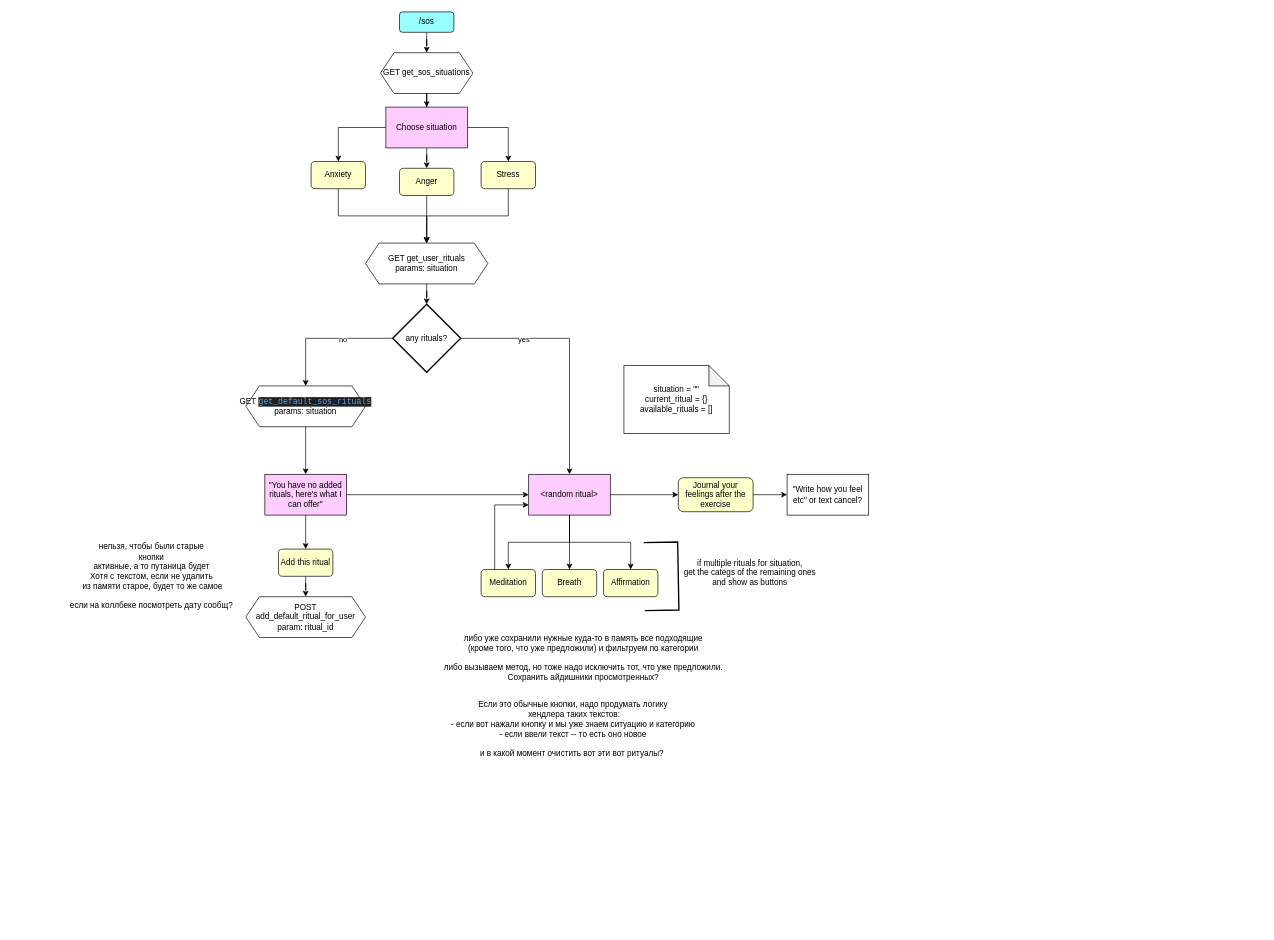
Above: telegram_client/scenario_graphs/sos_draft.drawio in point-de-vyu/mindfulness-assistant (draw.io), before the change. Source tidied: cells renumbered, new cells numbered last; positions are measured from the earlier drawing's top-left corner, leaving out a move shared by most shapes. Both pictures are drawn from the tidied source at 68%, with x=0, y=0 at pixel (63, 12).
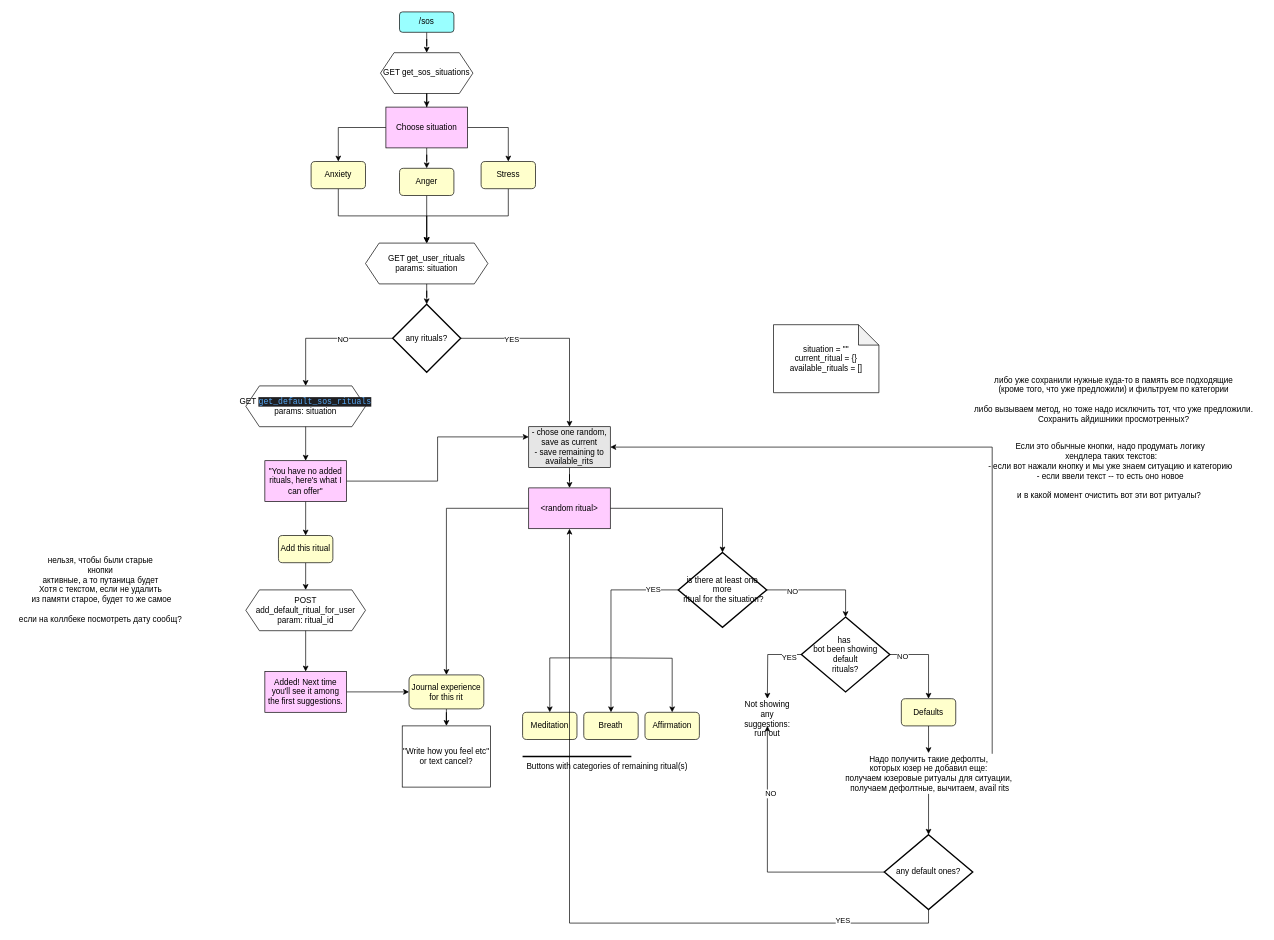
Above is the later version.

Commit message (it also covers changes not shown here):
[feat] keyboard buttons, categories part draft

Unchanged cells that the change refers to:
```xml
<mxCell id="18" style="edgeStyle=orthogonalEdgeStyle;rounded=0;jettySize=auto;html=1;" parent="1" edge="1" source="22" target="24">
  <mxGeometry relative="1" as="geometry" />
</mxCell>
<mxCell id="22" value="any rituals?" style="strokeWidth=2;html=1;shape=mxgraph.flowchart.decision;whiteSpace=wrap;fillColor=none;" parent="1" vertex="1">
  <mxGeometry x="485" y="430" width="100" height="100" as="geometry" />
</mxCell>
```

Diff of the diagram source:
```diff
@@
-    <mxCell id="19" value="no" style="edgeLabel;html=1;align=center;verticalAlign=middle;" parent="18" vertex="1">
+    <mxCell id="19" value="NO" style="edgeLabel;html=1;align=center;verticalAlign=middle;" parent="18" vertex="1">
       <mxGeometry x="-0.25" y="1" relative="1" as="geometry" />
     </mxCell>
-    <mxCell id="20" style="edgeStyle=orthogonalEdgeStyle;rounded=0;jettySize=auto;html=1;entryX=0.5;entryY=0;entryDx=0;entryDy=0;" parent="1" edge="1" source="22" target="29">
+    <mxCell id="20" style="edgeStyle=orthogonalEdgeStyle;rounded=0;jettySize=auto;html=1;" parent="1" edge="1" source="22" target="74">
       <mxGeometry relative="1" as="geometry" />
     </mxCell>
-    <mxCell id="21" value="yes" style="edgeLabel;html=1;align=center;verticalAlign=middle;" parent="20" vertex="1">
+    <mxCell id="21" value="YES" style="edgeLabel;html=1;align=center;verticalAlign=middle;" parent="20" vertex="1">
       <mxGeometry x="-0.49" y="-1" relative="1" as="geometry" />
     </mxCell>
@@
-    <mxCell id="25" style="edgeStyle=orthogonalEdgeStyle;rounded=0;jettySize=auto;html=1;" parent="1" edge="1" source="29" target="31">
-      <mxGeometry relative="1" as="geometry" />
-    </mxCell>
-    <mxCell id="26" style="edgeStyle=orthogonalEdgeStyle;rounded=0;jettySize=auto;html=1;" parent="1" edge="1" source="29" target="32">
-      <mxGeometry relative="1" as="geometry" />
-    </mxCell>
-    <mxCell id="27" style="edgeStyle=orthogonalEdgeStyle;rounded=0;jettySize=auto;html=1;" parent="1" edge="1" source="29" target="33">
-      <mxGeometry relative="1" as="geometry" />
-    </mxCell>
@@
+    <mxCell id="49" style="edgeStyle=orthogonalEdgeStyle;rounded=0;jettySize=auto;html=1;" parent="1" edge="1" source="29" target="57">
+      <mxGeometry relative="1" as="geometry" />
+    </mxCell>
     <mxCell id="29" value="&amp;lt;random ritual&amp;gt;" style="rounded=0;whiteSpace=wrap;html=1;fillColor=#FFCCFF;" parent="1" vertex="1">
-      <mxGeometry x="685" y="680" width="120" height="60" as="geometry" />
+      <mxGeometry x="685" y="700" width="120" height="60" as="geometry" />
     </mxCell>
-    <mxCell id="30" style="edgeStyle=orthogonalEdgeStyle;rounded=0;jettySize=auto;html=1;entryX=0;entryY=0.75;entryDx=0;entryDy=0;" parent="1" edge="1" source="31" target="29">
-      <mxGeometry relative="1" as="geometry">
-        <Array as="points">
-          <mxPoint x="635" y="725" />
-        </Array>
-      </mxGeometry>
-    </mxCell>
     <mxCell id="31" value="Meditation" style="rounded=1;whiteSpace=wrap;html=1;fillColor=#FFFFCC;" parent="1" vertex="1">
-      <mxGeometry x="615" y="820" width="80" height="40" as="geometry" />
+      <mxGeometry x="676" y="1030" width="80" height="40" as="geometry" />
     </mxCell>
     <mxCell id="32" value="Breath" style="rounded=1;whiteSpace=wrap;html=1;fillColor=#FFFFCC;" parent="1" vertex="1">
-      <mxGeometry x="705" y="820" width="80" height="40" as="geometry" />
+      <mxGeometry x="766" y="1030" width="80" height="40" as="geometry" />
     </mxCell>
     <mxCell id="33" value="Affirmation" style="rounded=1;whiteSpace=wrap;html=1;fillColor=#FFFFCC;" parent="1" vertex="1">
-      <mxGeometry x="795" y="820" width="80" height="40" as="geometry" />
+      <mxGeometry x="856" y="1030" width="80" height="40" as="geometry" />
     </mxCell>
-    <mxCell id="34" style="strokeWidth=2;html=1;shape=mxgraph.flowchart.annotation_1;align=left;fillColor=none;rotation=-181;" parent="1" vertex="1">
-      <mxGeometry x="855" y="780" width="50" height="100" as="geometry" />
-    </mxCell>
-    <mxCell id="35" value="if multiple rituals for situation, &lt;br&gt;get the categs of the remaining ones &lt;br&gt;and show as buttons" style="text;html=1;align=center;verticalAlign=middle;" parent="1" vertex="1">
-      <mxGeometry x="905" y="800" width="210" height="50" as="geometry" />
-    </mxCell>
-    <mxCell id="36" style="edgeStyle=orthogonalEdgeStyle;rounded=0;jettySize=auto;html=1;entryX=0;entryY=0.5;entryDx=0;entryDy=0;" parent="1" edge="1" source="38" target="29">
+    <mxCell id="36" style="edgeStyle=orthogonalEdgeStyle;rounded=0;jettySize=auto;html=1;entryX=0;entryY=0.25;entryDx=0;entryDy=0;" parent="1" edge="1" source="38" target="74">
       <mxGeometry relative="1" as="geometry" />
     </mxCell>
@@
     <mxCell id="38" value="&quot;You have no added rituals, here's what I can offer&quot;" style="rounded=0;whiteSpace=wrap;html=1;fillColor=#FFCCFF;" parent="1" vertex="1">
-      <mxGeometry x="297" y="680" width="120" height="60" as="geometry" />
+      <mxGeometry x="297" y="660" width="120" height="60" as="geometry" />
     </mxCell>
@@
     <mxCell id="40" value="Add this ritual" style="rounded=1;whiteSpace=wrap;html=1;fillColor=#FFFFCC;" parent="1" vertex="1">
-      <mxGeometry x="317" y="790" width="80" height="40" as="geometry" />
+      <mxGeometry x="317" y="770" width="80" height="40" as="geometry" />
     </mxCell>
@@
-    <mxCell id="42" value="Journal your feelings after the exercise" style="rounded=1;whiteSpace=wrap;html=1;fillColor=#FFFFCC;" parent="1" vertex="1">
-      <mxGeometry x="905" y="685" width="110" height="50" as="geometry" />
+    <mxCell id="42" value="Journal experience for this rit" style="rounded=1;whiteSpace=wrap;html=1;fillColor=#FFFFCC;" parent="1" vertex="1">
+      <mxGeometry x="509" y="975" width="110" height="50" as="geometry" />
     </mxCell>
+    <mxCell id="50" style="edgeStyle=orthogonalEdgeStyle;rounded=0;jettySize=auto;html=1;" parent="1" edge="1" source="43" target="72">
+      <mxGeometry relative="1" as="geometry" />
+    </mxCell>
     <mxCell id="43" value="POST add_default_ritual_for_user&lt;br&gt;param: ritual_id" style="shape=hexagon;perimeter=hexagonPerimeter2;whiteSpace=wrap;html=1;fixedSize=1;fillColor=none;" parent="1" vertex="1">
-      <mxGeometry x="269" y="860" width="176" height="60" as="geometry" />
+      <mxGeometry x="269" y="850" width="176" height="60" as="geometry" />
     </mxCell>
-    <mxCell id="44" value="&quot;Write how you feel etc&quot; or text cancel?" style="rounded=0;whiteSpace=wrap;html=1;fillColor=none;" parent="1" vertex="1">
-      <mxGeometry x="1065" y="680" width="120" height="60" as="geometry" />
+    <mxCell id="44" value="&quot;Write how you feel etc&quot; or text cancel?" style="rounded=0;whiteSpace=wrap;html=1;fillColor=none;direction=south;" parent="1" vertex="1">
+      <mxGeometry x="499" y="1050" width="130" height="90" as="geometry" />
     </mxCell>
     <mxCell id="45" value="либо уже сохранили нужные куда-то в память все подходящие &lt;br&gt;(кроме того, что уже предложили) и фильтруем по категории&lt;br&gt;&lt;br&gt;либо вызываем метод, но тоже надо исключить тот, что уже предложили. &lt;br&gt;Сохранить айдишники просмотренных?" style="text;html=1;align=center;verticalAlign=middle;" parent="1" vertex="1">
-      <mxGeometry x="545" y="910" width="440" height="80" as="geometry" />
+      <mxGeometry x="1325" y="530" width="440" height="80" as="geometry" />
     </mxCell>
     <mxCell id="46" value="нельзя, чтобы были старые&lt;br&gt;кнопки&lt;br&gt;&amp;nbsp;активные, а то путаница будет&amp;nbsp;&lt;br&gt;Хотя с текстом, если не удалить&lt;br&gt;&amp;nbsp;из памяти старое, будет то же самое&lt;br&gt;&lt;br&gt;если на коллбеке посмотреть дату сообщ?" style="text;html=1;align=center;verticalAlign=middle;" parent="1" vertex="1">
-      <mxGeometry y="780" width="260" height="100" as="geometry" />
+      <mxGeometry x="-75" y="800" width="260" height="100" as="geometry" />
     </mxCell>
     <mxCell id="47" value="Если это обычные кнопки, надо продумать логику&lt;br&gt;&amp;nbsp;хендлера таких текстов:&lt;br&gt;- если вот нажали кнопку и мы уже знаем ситуацию и категорию&lt;br&gt;- если ввели текст -- то есть оно новое&lt;br&gt;&lt;br&gt;и в какой момент очистить вот эти вот ритуалы?&amp;nbsp;" style="text;html=1;align=center;verticalAlign=middle;" parent="1" vertex="1">
-      <mxGeometry x="555" y="1010" width="390" height="90" as="geometry" />
+      <mxGeometry x="1345" y="630" width="390" height="90" as="geometry" />
     </mxCell>
     <mxCell id="48" value="situation = &quot;&quot;&lt;br&gt;current_ritual = {}&lt;br&gt;available_rituals = []" style="shape=note;whiteSpace=wrap;html=1;backgroundOutline=1;darkOpacity=0.05;fillColor=none;" parent="1" vertex="1">
-      <mxGeometry x="825" y="520" width="155" height="100" as="geometry" />
+      <mxGeometry x="1045" y="460" width="155" height="100" as="geometry" />
     </mxCell>
+    <mxCell id="51" style="edgeStyle=orthogonalEdgeStyle;rounded=0;jettySize=auto;html=1;" parent="1" edge="1" source="57" target="32">
+      <mxGeometry relative="1" as="geometry" />
+    </mxCell>
+    <mxCell id="52" value="YES" style="edgeLabel;html=1;align=center;verticalAlign=middle;" parent="51" vertex="1">
+      <mxGeometry x="-0.73" y="-1" relative="1" as="geometry" />
+    </mxCell>
+    <mxCell id="53" style="edgeStyle=orthogonalEdgeStyle;rounded=0;jettySize=auto;html=1;" parent="1" edge="1" target="33">
+      <mxGeometry relative="1" as="geometry">
+        <mxPoint x="806" y="950" as="sourcePoint" />
+      </mxGeometry>
+    </mxCell>
+    <mxCell id="54" style="edgeStyle=orthogonalEdgeStyle;rounded=0;jettySize=auto;html=1;" parent="1" edge="1" target="31">
+      <mxGeometry relative="1" as="geometry">
+        <mxPoint x="806" y="950" as="sourcePoint" />
+        <Array as="points">
+          <mxPoint x="716" y="950" />
+        </Array>
+      </mxGeometry>
+    </mxCell>
+    <mxCell id="55" style="edgeStyle=orthogonalEdgeStyle;rounded=0;jettySize=auto;html=1;entryX=0.5;entryY=0;entryDx=0;entryDy=0;entryPerimeter=0;" parent="1" edge="1" source="57" target="62">
+      <mxGeometry relative="1" as="geometry" />
+    </mxCell>
+    <mxCell id="56" value="NO" style="edgeLabel;html=1;align=center;verticalAlign=middle;" parent="55" vertex="1">
+      <mxGeometry x="-0.53" y="-2" relative="1" as="geometry" />
+    </mxCell>
+    <mxCell id="57" value="is there at least one more&lt;br&gt;&amp;nbsp;ritual for the situation?" style="strokeWidth=2;html=1;shape=mxgraph.flowchart.decision;whiteSpace=wrap;fillColor=none;" parent="1" vertex="1">
+      <mxGeometry x="905" y="795" width="130" height="110" as="geometry" />
+    </mxCell>
+    <mxCell id="58" style="edgeStyle=orthogonalEdgeStyle;rounded=0;jettySize=auto;html=1;" parent="1" edge="1" source="62" target="65">
+      <mxGeometry relative="1" as="geometry" />
+    </mxCell>
+    <mxCell id="59" value="NO" style="edgeLabel;html=1;align=center;verticalAlign=middle;" parent="58" vertex="1">
+      <mxGeometry x="-0.7" y="-2" relative="1" as="geometry" />
+    </mxCell>
+    <mxCell id="60" style="edgeStyle=orthogonalEdgeStyle;rounded=0;jettySize=auto;html=1;" parent="1" edge="1" source="62">
+      <mxGeometry relative="1" as="geometry">
+        <mxPoint x="1036" y="1010" as="targetPoint" />
+      </mxGeometry>
+    </mxCell>
+    <mxCell id="61" value="YES" style="edgeLabel;html=1;align=center;verticalAlign=middle;" parent="60" vertex="1">
+      <mxGeometry x="-0.66" y="4" relative="1" as="geometry" />
+    </mxCell>
+    <mxCell id="62" value="has&amp;nbsp;&lt;br&gt;bot been showing default&lt;br&gt;rituals?" style="strokeWidth=2;html=1;shape=mxgraph.flowchart.decision;whiteSpace=wrap;fillColor=none;" parent="1" vertex="1">
+      <mxGeometry x="1086" y="890" width="130" height="110" as="geometry" />
+    </mxCell>
+    <mxCell id="63" value="Not showing any suggestions: run out" style="text;html=1;strokeColor=none;fillColor=none;align=center;verticalAlign=middle;whiteSpace=wrap;rounded=0;" parent="1" vertex="1">
+      <mxGeometry x="1016" y="1030" width="40" height="20" as="geometry" />
+    </mxCell>
+    <mxCell id="64" style="edgeStyle=orthogonalEdgeStyle;rounded=0;jettySize=auto;html=1;" parent="1" edge="1" source="65" target="68">
+      <mxGeometry relative="1" as="geometry" />
+    </mxCell>
+    <mxCell id="65" value="Defaults" style="rounded=1;whiteSpace=wrap;html=1;fillColor=#FFFFCC;" parent="1" vertex="1">
+      <mxGeometry x="1233" y="1010" width="80" height="40" as="geometry" />
+    </mxCell>
+    <mxCell id="66" style="edgeStyle=orthogonalEdgeStyle;rounded=0;jettySize=auto;html=1;entryX=1;entryY=0.5;entryDx=0;entryDy=0;exitX=0.86;exitY=0.017;exitDx=0;exitDy=0;exitPerimeter=0;" parent="1" edge="1" source="68" target="74">
+      <mxGeometry relative="1" as="geometry" />
+    </mxCell>
+    <mxCell id="67" style="edgeStyle=orthogonalEdgeStyle;rounded=0;jettySize=auto;html=1;" parent="1" edge="1" source="68" target="79">
+      <mxGeometry relative="1" as="geometry" />
+    </mxCell>
+    <mxCell id="68" value="Надо получить такие дефолты, &lt;br&gt;которых юзер не добавил еще:&lt;br&gt;получаем юзеровые ритуалы для ситуации,&lt;br&gt;&amp;nbsp;получаем дефолтные, вычитаем, avail rits" style="text;html=1;align=center;verticalAlign=middle;points=[];" parent="1" vertex="1">
+      <mxGeometry x="1143" y="1090" width="260" height="60" as="geometry" />
+    </mxCell>
+    <mxCell id="69" style="line;strokeWidth=2;html=1;fillColor=none;" parent="1" vertex="1">
+      <mxGeometry x="676" y="1090" width="160" height="10" as="geometry" />
+    </mxCell>
+    <mxCell id="70" value="Buttons with categories of remaining ritual(s)" style="text;html=1;align=center;verticalAlign=middle;" parent="1" vertex="1">
+      <mxGeometry x="675" y="1100" width="250" height="20" as="geometry" />
+    </mxCell>
+    <mxCell id="71" style="edgeStyle=orthogonalEdgeStyle;rounded=0;jettySize=auto;html=1;" parent="1" edge="1" source="72" target="42">
+      <mxGeometry relative="1" as="geometry" />
+    </mxCell>
+    <mxCell id="72" value="Added! Next time you'll see it among the first suggestions." style="rounded=0;whiteSpace=wrap;html=1;fillColor=#FFCCFF;" parent="1" vertex="1">
+      <mxGeometry x="297" y="970" width="120" height="60" as="geometry" />
+    </mxCell>
+    <mxCell id="73" style="edgeStyle=orthogonalEdgeStyle;rounded=0;jettySize=auto;html=1;" parent="1" edge="1" source="74" target="29">
+      <mxGeometry relative="1" as="geometry" />
+    </mxCell>
+    <mxCell id="74" value="- chose one random, save as current&lt;br&gt;- save remaining to available_rits" style="rounded=0;whiteSpace=wrap;html=1;fillColor=#E6E6E6;" parent="1" vertex="1">
+      <mxGeometry x="685" y="610" width="120" height="60" as="geometry" />
+    </mxCell>
+    <mxCell id="75" style="edgeStyle=orthogonalEdgeStyle;rounded=0;jettySize=auto;html=1;exitX=0.5;exitY=1;exitDx=0;exitDy=0;exitPerimeter=0;" parent="1" edge="1" source="79" target="29">
+      <mxGeometry relative="1" as="geometry" />
+    </mxCell>
+    <mxCell id="76" value="YES" style="edgeLabel;html=1;align=center;verticalAlign=middle;" parent="75" vertex="1">
+      <mxGeometry x="-0.74" y="-5" relative="1" as="geometry" />
+    </mxCell>
+    <mxCell id="77" style="edgeStyle=orthogonalEdgeStyle;rounded=0;jettySize=auto;html=1;entryX=0.5;entryY=1;entryDx=0;entryDy=0;" parent="1" edge="1" source="79" target="63">
+      <mxGeometry relative="1" as="geometry" />
+    </mxCell>
+    <mxCell id="78" value="NO" style="edgeLabel;html=1;align=center;verticalAlign=middle;" parent="77" vertex="1">
+      <mxGeometry x="0.49" y="-4" relative="1" as="geometry" />
+    </mxCell>
+    <mxCell id="79" value="any default ones?" style="strokeWidth=2;html=1;shape=mxgraph.flowchart.decision;whiteSpace=wrap;fillColor=none;" parent="1" vertex="1">
+      <mxGeometry x="1208" y="1210" width="130" height="110" as="geometry" />
+    </mxCell>
```
